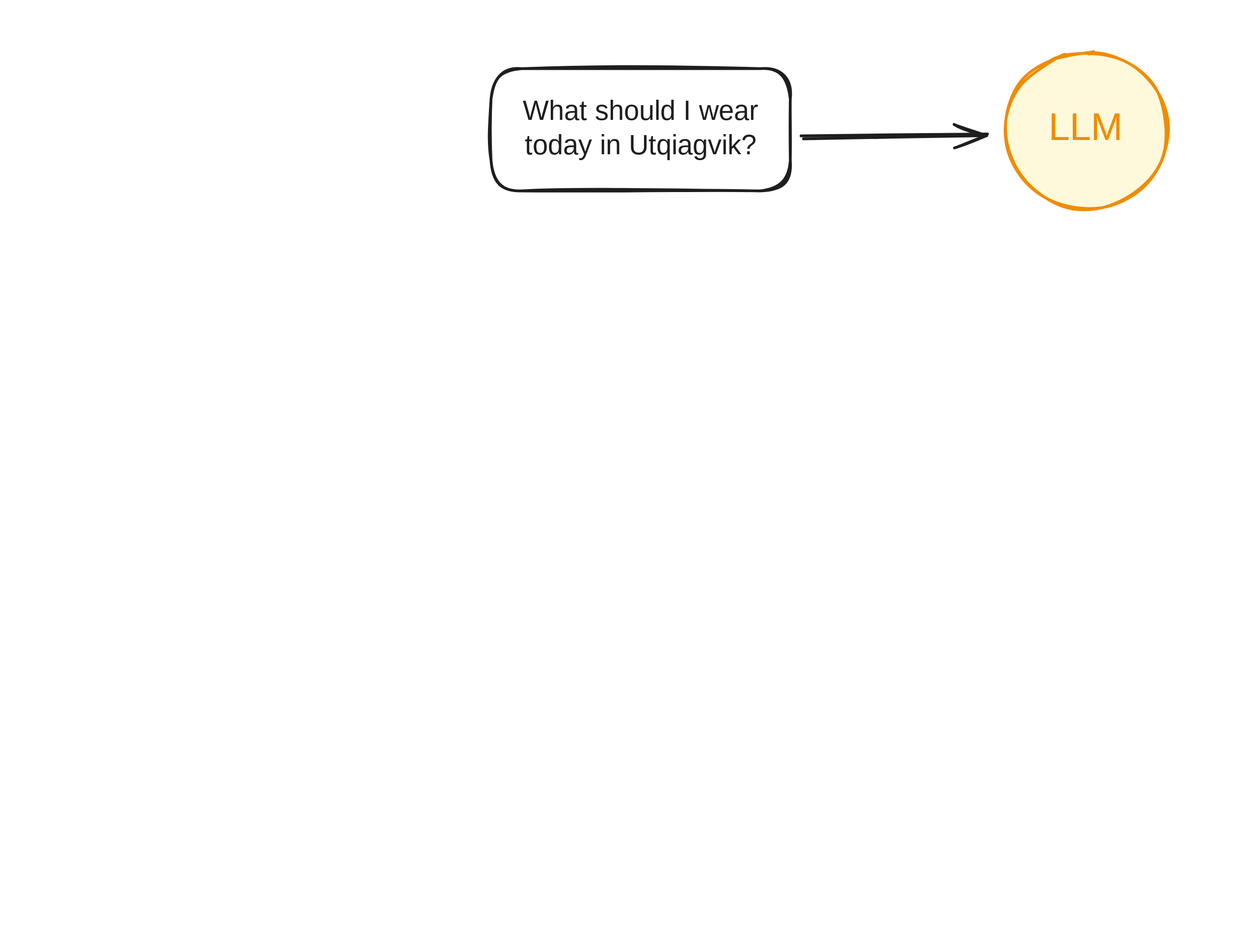
Earlier version of the Excalidraw export website/slides/assets/tools-diagram-01.excalidraw.svg (skaltman/r-pharma-llm). Source tidied: one line per element, renumbered; positions are measured from the earlier drawing's top-left corner, leaving out a move shared by most shapes.
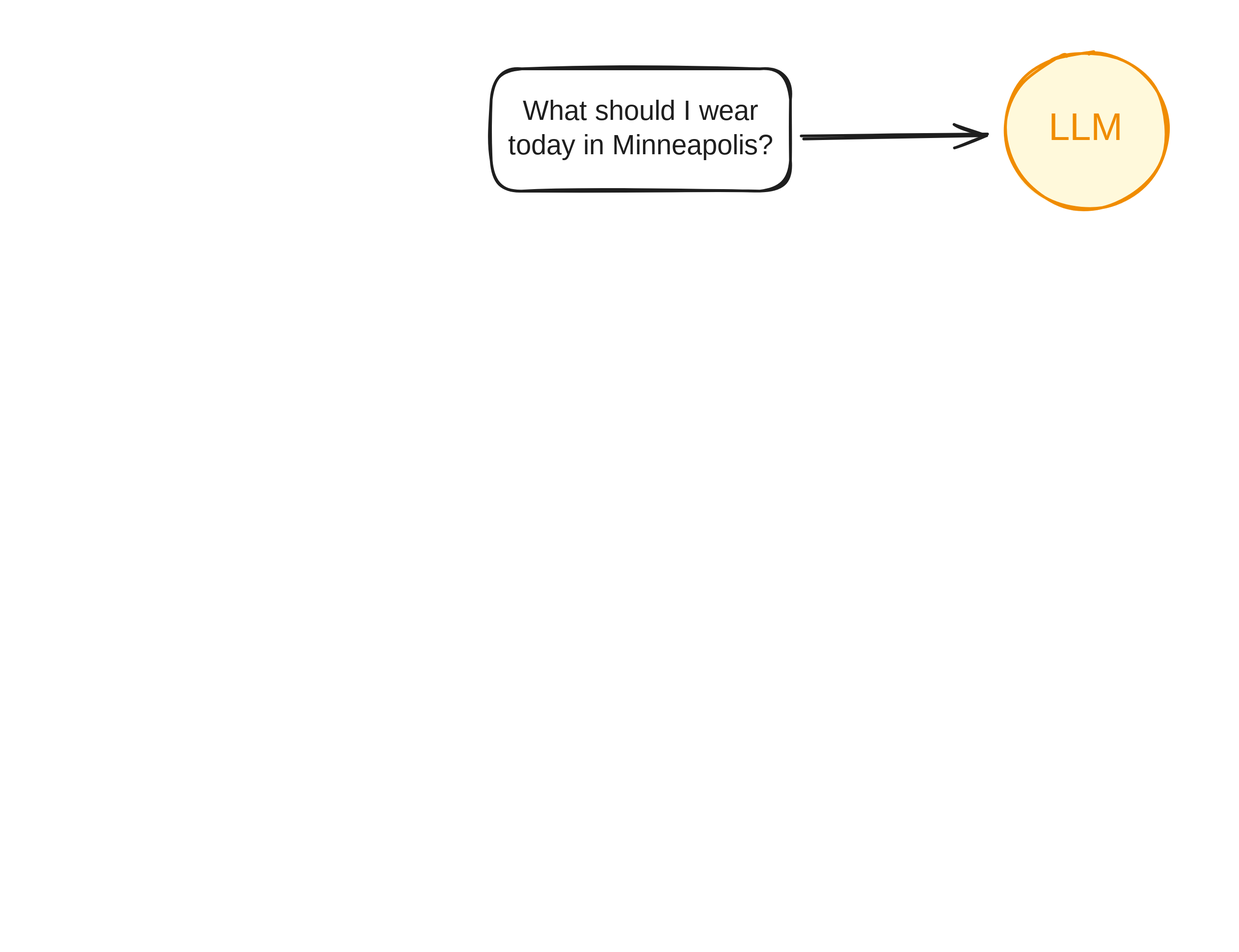
Above is the later version.

Diff of the diagram source:
```diff
@@ -1,6 +1,6 @@
 {"id": 0, "type": "rectangle", "strokeColor": "#1e1e1e", "strokeWidth": 2, "roughness": 1, "round": true, "x": 347, "y": 40, "width": 218, "height": 89}
-{"id": 1, "type": "text", "text": "What should I wear\ntoday in Utqiagvik?", "strokeColor": "#1e1e1e", "strokeWidth": 2, "roughness": 1, "fontSize": 20, "fontFamily": 5, "textAlign": "center", "verticalAlign": "middle", "inside": 0, "x": 361, "y": 59, "width": 191, "height": 50}
+{"id": 1, "type": "text", "text": "What should I wear\ntoday in Minneapolis?", "strokeColor": "#1e1e1e", "strokeWidth": 2, "roughness": 1, "fontSize": 20, "fontFamily": 5, "textAlign": "center", "verticalAlign": "middle", "inside": 0, "x": 354, "y": 60, "width": 204, "height": 50}
 {"id": 2, "type": "ellipse", "strokeColor": "#f08c00", "backgroundColor": "#fff9db", "fillStyle": "solid", "strokeWidth": 2, "roughness": 1, "round": true, "x": 721, "y": 28, "width": 119, "height": 114}
 {"id": 3, "type": "text", "text": "LLM", "strokeColor": "#f08c00", "backgroundColor": "#ffec99", "fillStyle": "solid", "strokeWidth": 2, "roughness": 1, "fontSize": 28, "fontFamily": 5, "textAlign": "center", "verticalAlign": "middle", "inside": 2, "x": 754, "y": 67, "width": 52, "height": 35}
-{"id": 4, "type": "arrow", "strokeColor": "#1e1e1e", "backgroundColor": "#b2f2bb", "fillStyle": "solid", "strokeWidth": 2, "roughness": 1, "endArrowhead": "arrow", "round": true, "from": 0, "to": 2, "x": 574, "y": 90, "width": 135, "height": 2, "points": [[0, 0], [135, -2]]}
+{"id": 4, "type": "arrow", "strokeColor": "#1e1e1e", "backgroundColor": "#b2f2bb", "fillStyle": "solid", "strokeWidth": 2, "roughness": 1, "endArrowhead": "arrow", "round": true, "from": 0, "to": 2, "x": 574, "y": 90, "width": 134, "height": 2, "points": [[0, 0], [134, -2]]}
 {"id": 5, "type": "rectangle", "strokeColor": "#1e1e1e", "strokeWidth": 2, "roughness": 1, "opacity": 0, "round": true, "x": 0, "y": 0, "width": 882, "height": 672}
```
